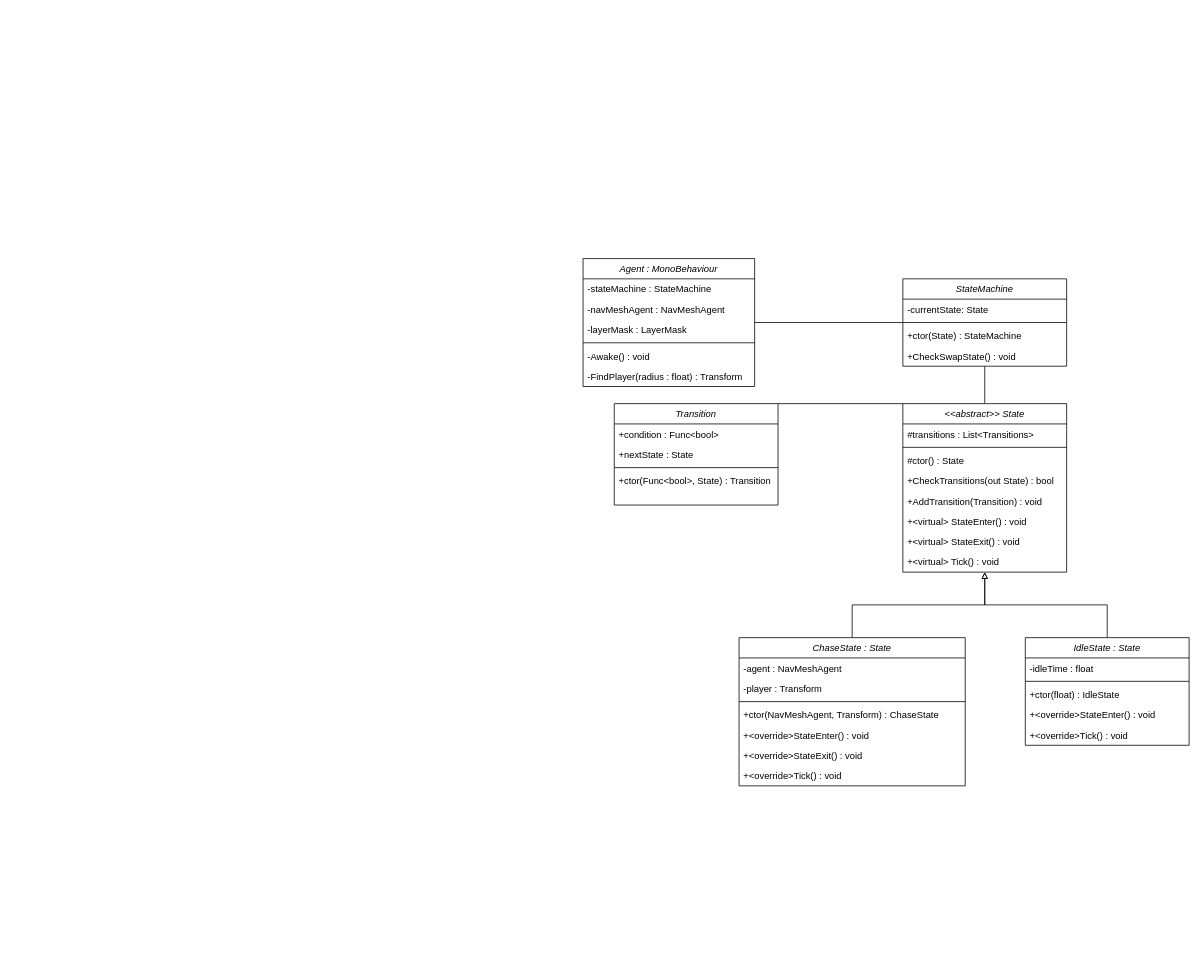
RDMJoker/LL_Semester2_Project keeps this draw.io diagram as page "Page-1" (1 of 2) of KIProjektKlasseDiagram.drawio. Above is the earlier version. Source tidied: cells renumbered, new cells numbered last; positions are measured from the earlier drawing's top-left corner, leaving out a move shared by most shapes. Both pictures are drawn from the tidied source at 78%, with x=0, y=0 at pixel (583, 258).
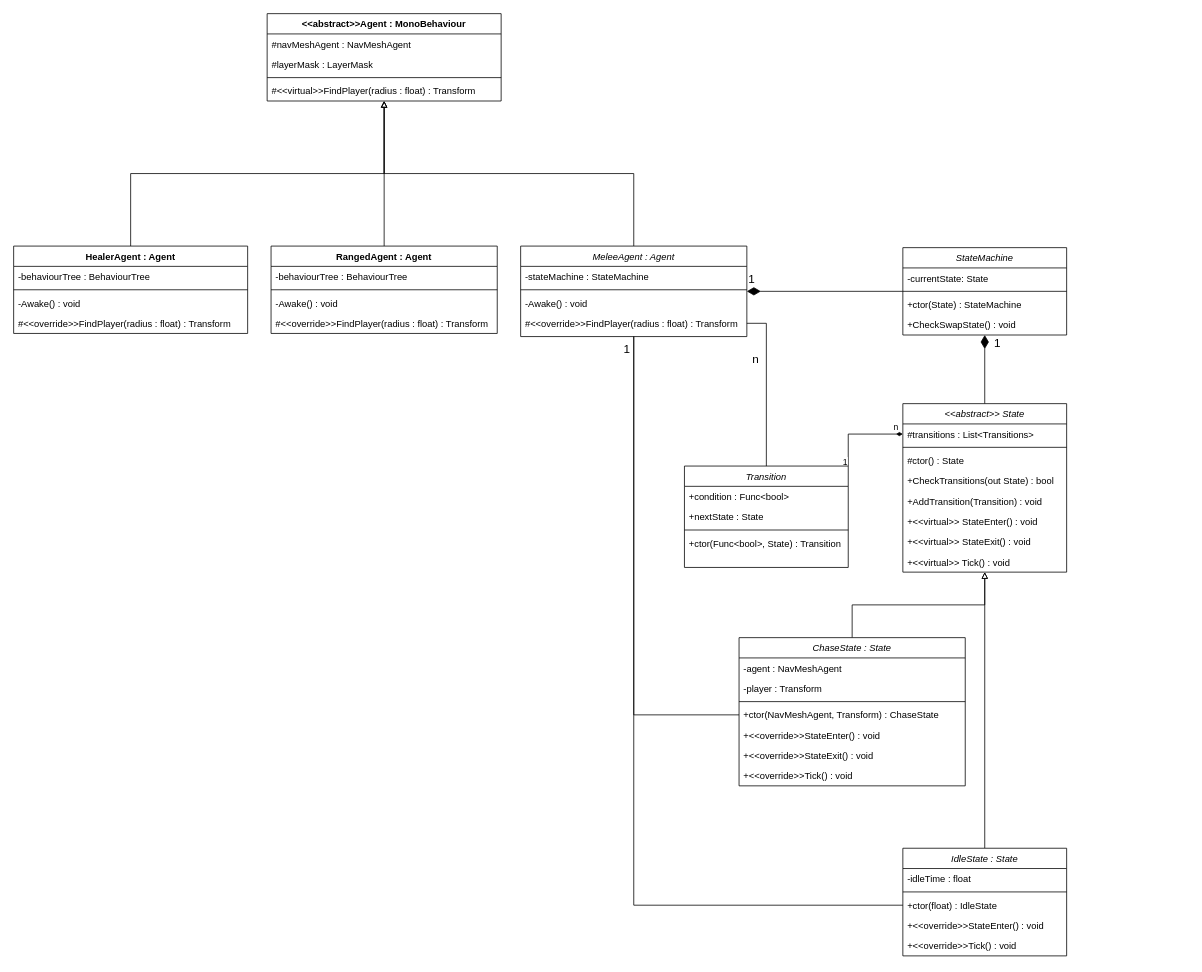
Above is the later version.

The change refers to these unchanged cells:
```xml
<mxCell id="22" value="&lt;&lt;abstract&gt;&gt; State" style="swimlane;fontStyle=2;align=center;verticalAlign=top;horizontal=1;startSize=26;rounded=0;shadow=0;strokeWidth=1;" parent="1" vertex="1">
  <mxGeometry x="410" y="186" width="210" height="216" as="geometry" />
</mxCell>
<mxCell id="23" value="#transitions : List&lt;Transitions&gt;" style="text;align=left;verticalAlign=top;spacingLeft=4;spacingRight=4;overflow=hidden;points=[[0,0.5],[1,0.5]];portConstraint=eastwest;" parent="22" vertex="1">
  <mxGeometry y="26" width="210" height="26" as="geometry" />
</mxCell>
<mxCell id="32" value="ChaseState : State" style="swimlane;fontStyle=2;align=center;verticalAlign=top;horizontal=1;startSize=26;rounded=0;shadow=0;strokeWidth=1;" parent="1" vertex="1">
  <mxGeometry x="200" y="486" width="290" height="190" as="geometry" />
</mxCell>
<mxCell id="36" value="+ctor(NavMeshAgent, Transform) : ChaseState" style="text;align=left;verticalAlign=top;spacingLeft=4;spacingRight=4;overflow=hidden;points=[[0,0.5],[1,0.5]];portConstraint=eastwest;" parent="32" vertex="1">
  <mxGeometry y="86" width="290" height="26" as="geometry" />
</mxCell>
<mxCell id="44" value="+ctor(float) : IdleState" style="text;align=left;verticalAlign=top;spacingLeft=4;spacingRight=4;overflow=hidden;points=[[0,0.5],[1,0.5]];portConstraint=eastwest;" parent="41" vertex="1">
  <mxGeometry y="60" width="210" height="26" as="geometry" />
</mxCell>
```

Change to the diagram source:
```diff
@@
-    <mxCell id="2" style="edgeStyle=orthogonalEdgeStyle;rounded=0;jettySize=auto;html=1;endArrow=none;endFill=0;" parent="1" edge="1" source="3" target="17">
+    <mxCell id="2" style="edgeStyle=orthogonalEdgeStyle;rounded=0;jettySize=auto;html=1;endArrow=none;endFill=0;startArrow=diamondThin;startFill=1;startSize=15;" parent="1" edge="1" source="3" target="17">
       <mxGeometry relative="1" as="geometry" />
     </mxCell>
+    <mxCell id="47" value="1" style="edgeLabel;html=1;align=center;verticalAlign=middle;fontSize=15;" parent="2" vertex="1">
+      <mxGeometry x="-0.76" y="2" relative="1" as="geometry">
+        <mxPoint x="-19" y="-15" as="offset" />
+      </mxGeometry>
+    </mxCell>
+    <mxCell id="48" style="edgeStyle=orthogonalEdgeStyle;rounded=0;jettySize=auto;html=1;exitX=0.5;exitY=0;exitDx=0;exitDy=0;endArrow=block;endFill=0;" parent="1" edge="1" source="3" target="57">
+      <mxGeometry relative="1" as="geometry" />
+    </mxCell>
-    <mxCell id="3" value="Agent : MonoBehaviour" style="swimlane;fontStyle=2;align=center;verticalAlign=top;horizontal=1;startSize=26;rounded=0;shadow=0;strokeWidth=1;" parent="1" vertex="1">
-      <mxGeometry width="220" height="164" as="geometry" />
+    <mxCell id="3" value="MeleeAgent : Agent" style="swimlane;fontStyle=2;align=center;verticalAlign=top;horizontal=1;startSize=26;rounded=0;shadow=0;strokeWidth=1;" parent="1" vertex="1">
+      <mxGeometry x="-80" y="-16" width="290" height="116" as="geometry" />
     </mxCell>
     <mxCell id="4" value="-stateMachine : StateMachine" style="text;align=left;verticalAlign=top;spacingLeft=4;spacingRight=4;overflow=hidden;" parent="3" vertex="1">
-      <mxGeometry y="26" width="220" height="26" as="geometry" />
+      <mxGeometry y="26" width="290" height="26" as="geometry" />
     </mxCell>
-    <mxCell id="5" value="-navMeshAgent : NavMeshAgent" style="text;align=left;verticalAlign=top;spacingLeft=4;spacingRight=4;overflow=hidden;" parent="3" vertex="1">
-      <mxGeometry y="52" width="220" height="26" as="geometry" />
-    </mxCell>
-    <mxCell id="6" value="-layerMask : LayerMask" style="text;align=left;verticalAlign=top;spacingLeft=4;spacingRight=4;overflow=hidden;" parent="3" vertex="1">
-      <mxGeometry y="78" width="220" height="26" as="geometry" />
-    </mxCell>
     <mxCell id="7" style="line;html=1;strokeWidth=1;align=left;verticalAlign=middle;spacingTop=-1;spacingLeft=3;spacingRight=3;labelPosition=right;" parent="3" vertex="1">
-      <mxGeometry y="104" width="220" height="8" as="geometry" />
+      <mxGeometry y="52" width="290" height="8" as="geometry" />
     </mxCell>
     <mxCell id="8" value="-Awake() : void" style="text;align=left;verticalAlign=top;spacingLeft=4;spacingRight=4;overflow=hidden;" parent="3" vertex="1">
-      <mxGeometry y="112" width="220" height="26" as="geometry" />
+      <mxGeometry y="60" width="290" height="26" as="geometry" />
     </mxCell>
-    <mxCell id="9" value="-FindPlayer(radius : float) : Transform" style="text;align=left;verticalAlign=top;spacingLeft=4;spacingRight=4;overflow=hidden;points=[[0,0.5],[1,0.5]];portConstraint=eastwest;" parent="3" vertex="1">
-      <mxGeometry y="138" width="220" height="26" as="geometry" />
+    <mxCell id="9" value="#&lt;&lt;override&gt;&gt;FindPlayer(radius : float) : Transform" style="text;align=left;verticalAlign=top;spacingLeft=4;spacingRight=4;overflow=hidden;points=[[0,0.5],[1,0.5]];portConstraint=eastwest;" parent="3" vertex="1">
+      <mxGeometry y="86" width="290" height="26" as="geometry" />
     </mxCell>
-    <mxCell id="10" style="rounded=0;jettySize=auto;html=1;exitX=1;exitY=0;exitDx=0;exitDy=0;endArrow=none;endFill=0;entryX=0;entryY=0;entryDx=0;entryDy=0;" parent="1" edge="1" source="11" target="22">
-      <mxGeometry relative="1" as="geometry" />
-    </mxCell>
+    <mxCell id="49" style="edgeStyle=orthogonalEdgeStyle;rounded=0;jettySize=auto;html=1;exitX=1;exitY=0;exitDx=0;exitDy=0;entryX=0;entryY=0.5;entryDx=0;entryDy=0;endArrow=diamondThin;endFill=1;" parent="1" edge="1" source="11" target="23">
+      <mxGeometry relative="1" as="geometry" />
+    </mxCell>
+    <mxCell id="50" value="1" style="edgeLabel;html=1;align=center;verticalAlign=middle;" parent="49" vertex="1">
+      <mxGeometry x="-1" y="-1" relative="1" as="geometry">
+        <mxPoint x="-6" y="-6" as="offset" />
+      </mxGeometry>
+    </mxCell>
+    <mxCell id="51" value="n" style="edgeLabel;html=1;align=center;verticalAlign=middle;" parent="49" vertex="1">
+      <mxGeometry x="1" relative="1" as="geometry">
+        <mxPoint x="-10" y="-10" as="offset" />
+      </mxGeometry>
+    </mxCell>
     <mxCell id="11" value="Transition" style="swimlane;fontStyle=2;align=center;verticalAlign=top;horizontal=1;startSize=26;rounded=0;shadow=0;strokeWidth=1;" parent="1" vertex="1">
-      <mxGeometry x="40" y="186" width="210" height="130" as="geometry" />
+      <mxGeometry x="130" y="266" width="210" height="130" as="geometry" />
     </mxCell>
@@
-    <mxCell id="16" style="edgeStyle=orthogonalEdgeStyle;rounded=0;jettySize=auto;html=1;exitX=0.5;exitY=1;exitDx=0;exitDy=0;entryX=0.5;entryY=0;entryDx=0;entryDy=0;endArrow=none;endFill=0;" parent="1" edge="1" source="17" target="22">
+    <mxCell id="16" style="edgeStyle=orthogonalEdgeStyle;rounded=0;jettySize=auto;html=1;exitX=0.5;exitY=1;exitDx=0;exitDy=0;entryX=0.5;entryY=0;entryDx=0;entryDy=0;endArrow=none;endFill=0;startArrow=diamondThin;startFill=1;startSize=15;" parent="1" edge="1" source="17" target="22">
       <mxGeometry relative="1" as="geometry" />
     </mxCell>
+    <mxCell id="52" value="1" style="edgeLabel;html=1;align=center;verticalAlign=middle;fontSize=15;" parent="16" vertex="1">
+      <mxGeometry x="-1" y="-1" relative="1" as="geometry">
+        <mxPoint x="16" y="9" as="offset" />
+      </mxGeometry>
+    </mxCell>
     <mxCell id="17" value="StateMachine" style="swimlane;fontStyle=2;align=center;verticalAlign=top;horizontal=1;startSize=26;rounded=0;shadow=0;strokeWidth=1;" parent="1" vertex="1">
-      <mxGeometry x="410" y="26" width="210" height="112" as="geometry" />
+      <mxGeometry x="410" y="-14" width="210" height="112" as="geometry" />
     </mxCell>
@@
-    <mxCell id="28" value="+&lt;virtual&gt; StateEnter() : void" style="text;align=left;verticalAlign=top;spacingLeft=4;spacingRight=4;overflow=hidden;" parent="22" vertex="1">
+    <mxCell id="28" value="+&lt;&lt;virtual&gt;&gt; StateEnter() : void" style="text;align=left;verticalAlign=top;spacingLeft=4;spacingRight=4;overflow=hidden;" parent="22" vertex="1">
       <mxGeometry y="138" width="210" height="26" as="geometry" />
     </mxCell>
-    <mxCell id="29" value="+&lt;virtual&gt; StateExit() : void" style="text;align=left;verticalAlign=top;spacingLeft=4;spacingRight=4;overflow=hidden;" parent="22" vertex="1">
+    <mxCell id="29" value="+&lt;&lt;virtual&gt;&gt; StateExit() : void" style="text;align=left;verticalAlign=top;spacingLeft=4;spacingRight=4;overflow=hidden;" parent="22" vertex="1">
       <mxGeometry y="164" width="210" height="26" as="geometry" />
     </mxCell>
-    <mxCell id="30" value="+&lt;virtual&gt; Tick() : void" style="text;align=left;verticalAlign=top;spacingLeft=4;spacingRight=4;overflow=hidden;" parent="22" vertex="1">
+    <mxCell id="30" value="+&lt;&lt;virtual&gt;&gt; Tick() : void" style="text;align=left;verticalAlign=top;spacingLeft=4;spacingRight=4;overflow=hidden;" parent="22" vertex="1">
       <mxGeometry y="190" width="210" height="26" as="geometry" />
     </mxCell>
@@
-    <mxCell id="37" value="+&lt;override&gt;StateEnter() : void" style="text;align=left;verticalAlign=top;spacingLeft=4;spacingRight=4;overflow=hidden;" parent="32" vertex="1">
+    <mxCell id="37" value="+&lt;&lt;override&gt;&gt;StateEnter() : void" style="text;align=left;verticalAlign=top;spacingLeft=4;spacingRight=4;overflow=hidden;" parent="32" vertex="1">
       <mxGeometry y="112" width="290" height="26" as="geometry" />
     </mxCell>
-    <mxCell id="38" value="+&lt;override&gt;StateExit() : void" style="text;align=left;verticalAlign=top;spacingLeft=4;spacingRight=4;overflow=hidden;" parent="32" vertex="1">
+    <mxCell id="38" value="+&lt;&lt;override&gt;&gt;StateExit() : void" style="text;align=left;verticalAlign=top;spacingLeft=4;spacingRight=4;overflow=hidden;" parent="32" vertex="1">
       <mxGeometry y="138" width="290" height="26" as="geometry" />
     </mxCell>
-    <mxCell id="39" value="+&lt;override&gt;Tick() : void" style="text;align=left;verticalAlign=top;spacingLeft=4;spacingRight=4;overflow=hidden;" parent="32" vertex="1">
+    <mxCell id="39" value="+&lt;&lt;override&gt;&gt;Tick() : void" style="text;align=left;verticalAlign=top;spacingLeft=4;spacingRight=4;overflow=hidden;" parent="32" vertex="1">
       <mxGeometry y="164" width="290" height="26" as="geometry" />
     </mxCell>
@@
     <mxCell id="41" value="IdleState : State" style="swimlane;fontStyle=2;align=center;verticalAlign=top;horizontal=1;startSize=26;rounded=0;shadow=0;strokeWidth=1;" parent="1" vertex="1">
-      <mxGeometry x="567" y="486" width="210" height="138" as="geometry" />
+      <mxGeometry x="410" y="756" width="210" height="138" as="geometry" />
     </mxCell>
@@
-    <mxCell id="45" value="+&lt;override&gt;StateEnter() : void" style="text;align=left;verticalAlign=top;spacingLeft=4;spacingRight=4;overflow=hidden;" parent="41" vertex="1">
+    <mxCell id="45" value="+&lt;&lt;override&gt;&gt;StateEnter() : void" style="text;align=left;verticalAlign=top;spacingLeft=4;spacingRight=4;overflow=hidden;" parent="41" vertex="1">
       <mxGeometry y="86" width="210" height="26" as="geometry" />
     </mxCell>
-    <mxCell id="46" value="+&lt;override&gt;Tick() : void" style="text;align=left;verticalAlign=top;spacingLeft=4;spacingRight=4;overflow=hidden;" parent="41" vertex="1">
+    <mxCell id="46" value="+&lt;&lt;override&gt;&gt;Tick() : void" style="text;align=left;verticalAlign=top;spacingLeft=4;spacingRight=4;overflow=hidden;" parent="41" vertex="1">
       <mxGeometry y="112" width="210" height="26" as="geometry" />
     </mxCell>
+    <mxCell id="53" style="edgeStyle=orthogonalEdgeStyle;rounded=0;jettySize=auto;html=1;exitX=1;exitY=0.5;exitDx=0;exitDy=0;entryX=0.5;entryY=0;entryDx=0;entryDy=0;endArrow=none;endFill=0;" parent="1" edge="1" source="9" target="11">
+      <mxGeometry relative="1" as="geometry" />
+    </mxCell>
+    <mxCell id="54" value="n" style="edgeLabel;html=1;align=center;verticalAlign=middle;fontSize=15;" parent="53" vertex="1">
+      <mxGeometry x="0.11" y="-2" relative="1" as="geometry">
+        <mxPoint x="-13" y="-45" as="offset" />
+      </mxGeometry>
+    </mxCell>
+    <mxCell id="55" style="edgeStyle=orthogonalEdgeStyle;rounded=0;jettySize=auto;html=1;endArrow=none;endFill=0;" parent="1" edge="1" source="44" target="3">
+      <mxGeometry relative="1" as="geometry" />
+    </mxCell>
+    <mxCell id="56" value="1" style="edgeLabel;html=1;align=center;verticalAlign=middle;fontSize=15;" parent="55" vertex="1">
+      <mxGeometry x="0.94" y="3" relative="1" as="geometry">
+        <mxPoint x="-7" y="-18" as="offset" />
+      </mxGeometry>
+    </mxCell>
+    <mxCell id="57" value="&amp;lt;&amp;lt;abstract&amp;gt;&amp;gt;Agent : MonoBehaviour" style="swimlane;fontStyle=1;align=center;verticalAlign=top;horizontal=1;startSize=26;whiteSpace=wrap;html=1;" parent="1" vertex="1">
+      <mxGeometry x="-405" y="-314" width="300" height="112" as="geometry" />
+    </mxCell>
+    <mxCell id="58" value="#navMeshAgent : NavMeshAgent" style="text;strokeColor=none;fillColor=none;align=left;verticalAlign=top;spacingLeft=4;spacingRight=4;overflow=hidden;whiteSpace=wrap;html=1;" parent="57" vertex="1">
+      <mxGeometry y="26" width="300" height="26" as="geometry" />
+    </mxCell>
+    <mxCell id="59" value="#layerMask : LayerMask" style="text;strokeColor=none;fillColor=none;align=left;verticalAlign=top;spacingLeft=4;spacingRight=4;overflow=hidden;whiteSpace=wrap;html=1;" parent="57" vertex="1">
+      <mxGeometry y="52" width="300" height="26" as="geometry" />
+    </mxCell>
+    <mxCell id="60" style="line;strokeWidth=1;fillColor=none;align=left;verticalAlign=middle;spacingTop=-1;spacingLeft=3;spacingRight=3;labelPosition=right;strokeColor=inherit;" parent="57" vertex="1">
+      <mxGeometry y="78" width="300" height="8" as="geometry" />
+    </mxCell>
+    <mxCell id="61" value="#&amp;lt;&amp;lt;virtual&amp;gt;&amp;gt;FindPlayer(radius : float) : Transform" style="text;strokeColor=none;fillColor=none;align=left;verticalAlign=top;spacingLeft=4;spacingRight=4;overflow=hidden;whiteSpace=wrap;html=1;" parent="57" vertex="1">
+      <mxGeometry y="86" width="300" height="26" as="geometry" />
+    </mxCell>
+    <mxCell id="62" style="edgeStyle=orthogonalEdgeStyle;rounded=0;jettySize=auto;html=1;exitX=0.5;exitY=0;exitDx=0;exitDy=0;endArrow=block;endFill=0;" parent="1" edge="1" source="63" target="57">
+      <mxGeometry relative="1" as="geometry" />
+    </mxCell>
+    <mxCell id="63" value="RangedAgent : Agent" style="swimlane;fontStyle=1;align=center;verticalAlign=top;horizontal=1;startSize=26;whiteSpace=wrap;html=1;" parent="1" vertex="1">
+      <mxGeometry x="-400" y="-16" width="290" height="112" as="geometry" />
+    </mxCell>
+    <mxCell id="64" value="-behaviourTree : BehaviourTree" style="text;strokeColor=none;fillColor=none;align=left;verticalAlign=top;spacingLeft=4;spacingRight=4;overflow=hidden;whiteSpace=wrap;html=1;" parent="63" vertex="1">
+      <mxGeometry y="26" width="290" height="26" as="geometry" />
+    </mxCell>
+    <mxCell id="65" style="line;strokeWidth=1;fillColor=none;align=left;verticalAlign=middle;spacingTop=-1;spacingLeft=3;spacingRight=3;labelPosition=right;strokeColor=inherit;" parent="63" vertex="1">
+      <mxGeometry y="52" width="290" height="8" as="geometry" />
+    </mxCell>
+    <mxCell id="66" value="-Awake() : void" style="text;strokeColor=none;fillColor=none;align=left;verticalAlign=top;spacingLeft=4;spacingRight=4;overflow=hidden;whiteSpace=wrap;html=1;" parent="63" vertex="1">
+      <mxGeometry y="60" width="290" height="26" as="geometry" />
+    </mxCell>
+    <mxCell id="67" value="#&amp;lt;&amp;lt;override&amp;gt;&amp;gt;FindPlayer(radius : float) : Transform" style="text;strokeColor=none;fillColor=none;align=left;verticalAlign=top;spacingLeft=4;spacingRight=4;overflow=hidden;whiteSpace=wrap;html=1;" parent="63" vertex="1">
+      <mxGeometry y="86" width="290" height="26" as="geometry" />
+    </mxCell>
+    <mxCell id="68" style="edgeStyle=orthogonalEdgeStyle;rounded=0;jettySize=auto;html=1;exitX=0.5;exitY=0;exitDx=0;exitDy=0;endArrow=block;endFill=0;" parent="1" edge="1" source="69" target="57">
+      <mxGeometry relative="1" as="geometry" />
+    </mxCell>
+    <mxCell id="69" value="HealerAgent : Agent" style="swimlane;fontStyle=1;align=center;verticalAlign=top;horizontal=1;startSize=26;whiteSpace=wrap;html=1;" parent="1" vertex="1">
+      <mxGeometry x="-730" y="-16" width="300" height="112" as="geometry" />
+    </mxCell>
+    <mxCell id="70" value="-behaviourTree : BehaviourTree" style="text;strokeColor=none;fillColor=none;align=left;verticalAlign=top;spacingLeft=4;spacingRight=4;overflow=hidden;whiteSpace=wrap;html=1;" parent="69" vertex="1">
+      <mxGeometry y="26" width="300" height="26" as="geometry" />
+    </mxCell>
+    <mxCell id="71" style="line;strokeWidth=1;fillColor=none;align=left;verticalAlign=middle;spacingTop=-1;spacingLeft=3;spacingRight=3;labelPosition=right;strokeColor=inherit;" parent="69" vertex="1">
+      <mxGeometry y="52" width="300" height="8" as="geometry" />
+    </mxCell>
+    <mxCell id="72" value="-Awake() : void" style="text;strokeColor=none;fillColor=none;align=left;verticalAlign=top;spacingLeft=4;spacingRight=4;overflow=hidden;whiteSpace=wrap;html=1;" parent="69" vertex="1">
+      <mxGeometry y="60" width="300" height="26" as="geometry" />
+    </mxCell>
+    <mxCell id="73" value="#&amp;lt;&amp;lt;override&amp;gt;&amp;gt;FindPlayer(radius : float) : Transform" style="text;strokeColor=none;fillColor=none;align=left;verticalAlign=top;spacingLeft=4;spacingRight=4;overflow=hidden;whiteSpace=wrap;html=1;" parent="69" vertex="1">
+      <mxGeometry y="86" width="300" height="26" as="geometry" />
+    </mxCell>
+    <mxCell id="74" style="edgeStyle=orthogonalEdgeStyle;rounded=0;jettySize=auto;html=1;exitX=0;exitY=0.5;exitDx=0;exitDy=0;endArrow=none;endFill=0;" parent="1" edge="1" source="36" target="3">
+      <mxGeometry relative="1" as="geometry" />
+    </mxCell>
```
